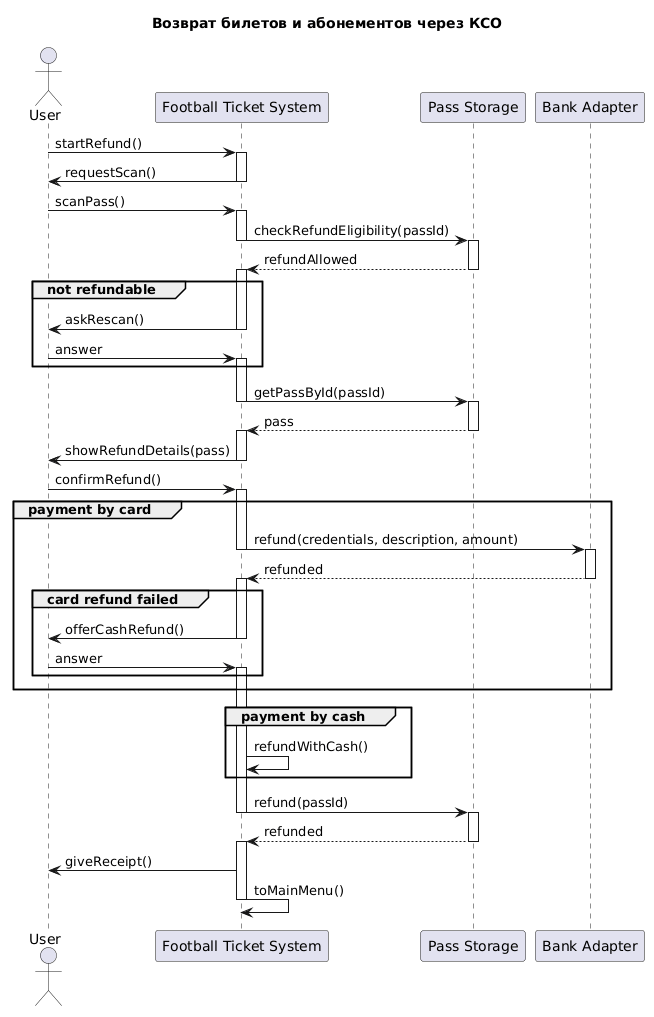
Above: source/Диаграмма последовательности - Возврат покупок и абонементов.png in penamarth/bsbo-11-24_team5_var10_football (PlantUML), before the change. Its diagram source:
```plantuml
@startuml
title Возврат билетов и абонементов через КСО

actor "User" as User
participant "Football Ticket System" as FTS
participant "Pass Storage" as PassStorage
participant "Bank Adapter" as Bank

User -> FTS : startRefund()
activate FTS

FTS -> User : requestScan()
deactivate FTS

User -> FTS : scanPass()
activate FTS

FTS -> PassStorage : checkRefundEligibility(passId)
activate PassStorage
deactivate FTS
PassStorage --> FTS : refundAllowed
deactivate PassStorage
activate FTS

group not refundable
	FTS -> User : askRescan()
	deactivate FTS
	User -> FTS : answer
	activate FTS
end

FTS -> PassStorage : getPassById(passId)
activate PassStorage
deactivate FTS
PassStorage --> FTS : pass
deactivate PassStorage
activate FTS

FTS -> User : showRefundDetails(pass)
deactivate FTS

User -> FTS : confirmRefund()
activate FTS

group payment by card
	FTS -> Bank : refund(credentials, description, amount)
	activate Bank
	deactivate FTS
	Bank --> FTS : refunded
	deactivate Bank
	activate FTS

	group card refund failed
		FTS -> User : offerCashRefund()
		deactivate FTS
		User -> FTS : answer
		activate FTS
	end
end

group payment by cash
	FTS -> FTS : refundWithCash()
end

FTS -> PassStorage : refund(passId)
activate PassStorage
deactivate FTS
PassStorage --> FTS : refunded
deactivate PassStorage
activate FTS

FTS -> User : giveReceipt()
FTS -> FTS : toMainMenu()

deactivate FTS
@enduml
```
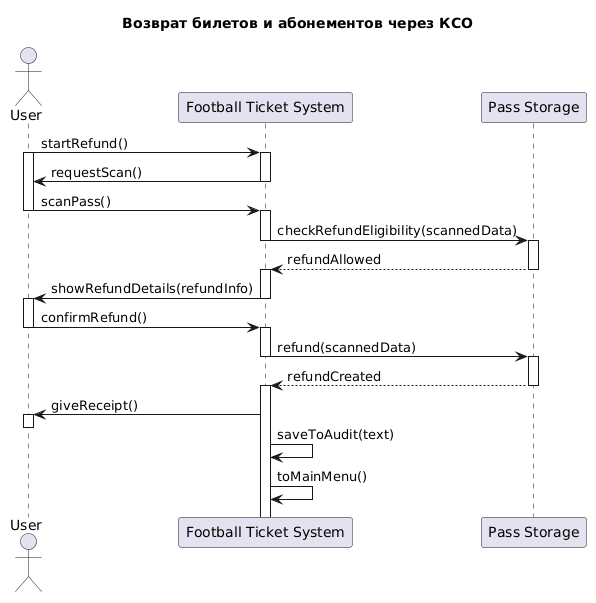
Later version of the same file.

What changed in the source:
```diff
@@ -4,9 +4,9 @@
 actor "User" as User
 participant "Football Ticket System" as FTS
 participant "Pass Storage" as PassStorage
-participant "Bank Adapter" as Bank
 
 User -> FTS : startRefund()
+activate User
 activate FTS
 
 FTS -> User : requestScan()
@@ -14,63 +14,36 @@
 
 User -> FTS : scanPass()
 activate FTS
+deactivate User
 
-FTS -> PassStorage : checkRefundEligibility(passId)
+FTS -> PassStorage : checkRefundEligibility(scannedData)
 activate PassStorage
 deactivate FTS
 PassStorage --> FTS : refundAllowed
 deactivate PassStorage
 activate FTS
 
-group not refundable
-	FTS -> User : askRescan()
-	deactivate FTS
-	User -> FTS : answer
-	activate FTS
-end
-
-FTS -> PassStorage : getPassById(passId)
-activate PassStorage
+FTS -> User : showRefundDetails(refundInfo)
 deactivate FTS
-PassStorage --> FTS : pass
-deactivate PassStorage
-activate FTS
-
-FTS -> User : showRefundDetails(pass)
-deactivate FTS
+activate User
 
 User -> FTS : confirmRefund()
 activate FTS
+deactivate User
 
-group payment by card
-	FTS -> Bank : refund(credentials, description, amount)
-	activate Bank
-	deactivate FTS
-	Bank --> FTS : refunded
-	deactivate Bank
-	activate FTS
-
-	group card refund failed
-		FTS -> User : offerCashRefund()
-		deactivate FTS
-		User -> FTS : answer
-		activate FTS
-	end
-end
-
-group payment by cash
-	FTS -> FTS : refundWithCash()
-end
-
-FTS -> PassStorage : refund(passId)
+FTS -> PassStorage : refund(scannedData)
 activate PassStorage
 deactivate FTS
-PassStorage --> FTS : refunded
+
+PassStorage --> FTS : refundCreated
 deactivate PassStorage
 activate FTS
 
 FTS -> User : giveReceipt()
+activate User
+deactivate User
+
+FTS -> FTS : saveToAudit(text)
+
 FTS -> FTS : toMainMenu()
-
-deactivate FTS
 @enduml
```
